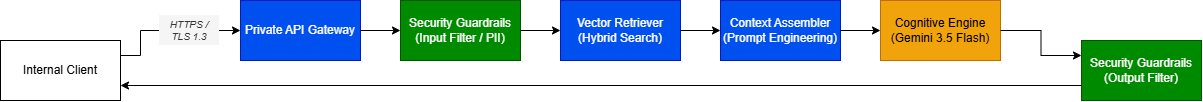
Above: images/05_02_building_block_view.drawio.png in TanguyCarpaye/secure-rag (draw.io), before the change. Source tidied: cells renumbered, new cells last; positions are measured from the earlier drawing's top-left corner, leaving out a move shared by most shapes.
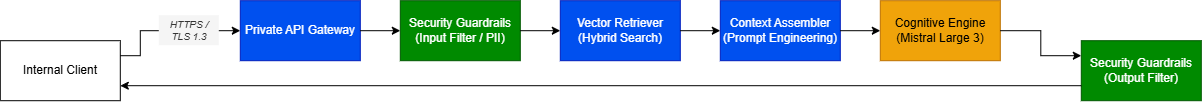
The same file after the commit.

Commit message:
Mettre à jour 05_02_building_block_view.drawio.png

What changed in the source:
```diff
@@ -17,7 +17,7 @@
     <mxCell id="6" value="Context Assembler (Prompt Engineering)" style="rounded=0;whiteSpace=wrap;html=1;fillColor=#0050ef;fontColor=#ffffff;strokeColor=#001DBC;" parent="1" vertex="1">
       <mxGeometry x="720" width="120" height="60" as="geometry" />
     </mxCell>
-    <mxCell id="7" value="Cognitive Engine (Gemini 3.5 Flash)" style="rounded=0;whiteSpace=wrap;html=1;fillColor=#f0a30a;fontColor=#000000;strokeColor=#BD7000;" parent="1" vertex="1">
+    <mxCell id="7" value="Cognitive Engine (Mistral Large 3)" style="rounded=0;whiteSpace=wrap;html=1;fillColor=#f0a30a;fontColor=#000000;strokeColor=#BD7000;" parent="1" vertex="1">
       <mxGeometry x="880" width="120" height="60" as="geometry" />
     </mxCell>
     <mxCell id="8" value="Security Guardrails (Output Filter)" style="rounded=0;whiteSpace=wrap;html=1;fillColor=#008a00;fontColor=#ffffff;strokeColor=#005700;" parent="1" vertex="1">
```
